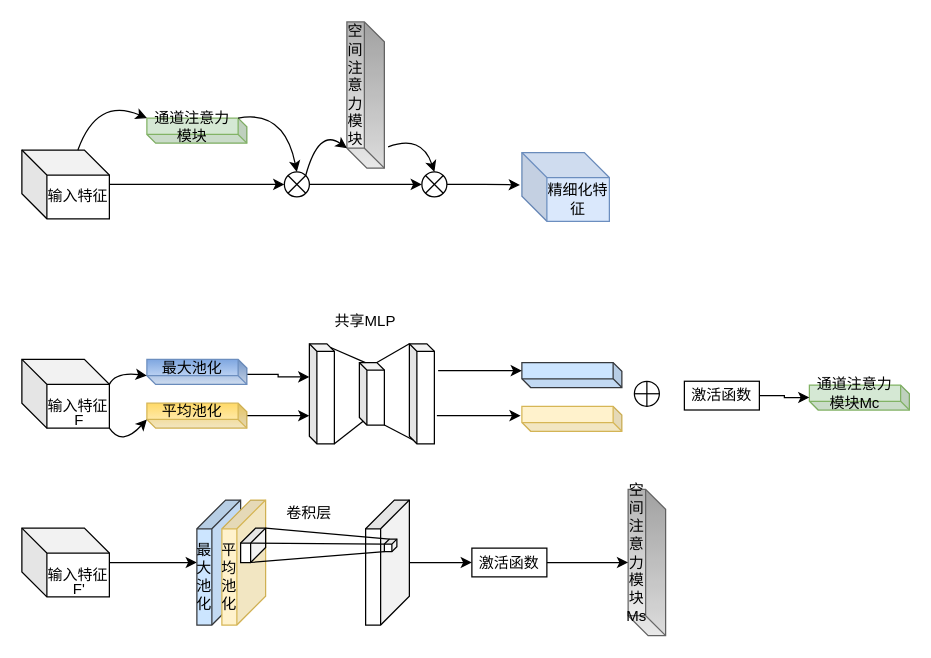
Earlier version of the draw.io diagram page "第 4 页" (4 of 4) of img/ResNet50结构图.drawio (xjhjinhui/Hydraplus_Net). Source tidied: cells renumbered, new cells numbered last; positions are measured from the earlier drawing's top-left corner, leaving out a move shared by most shapes. Both pictures are drawn from the tidied source at 125%, with x=0, y=0 at pixel (21, 21).
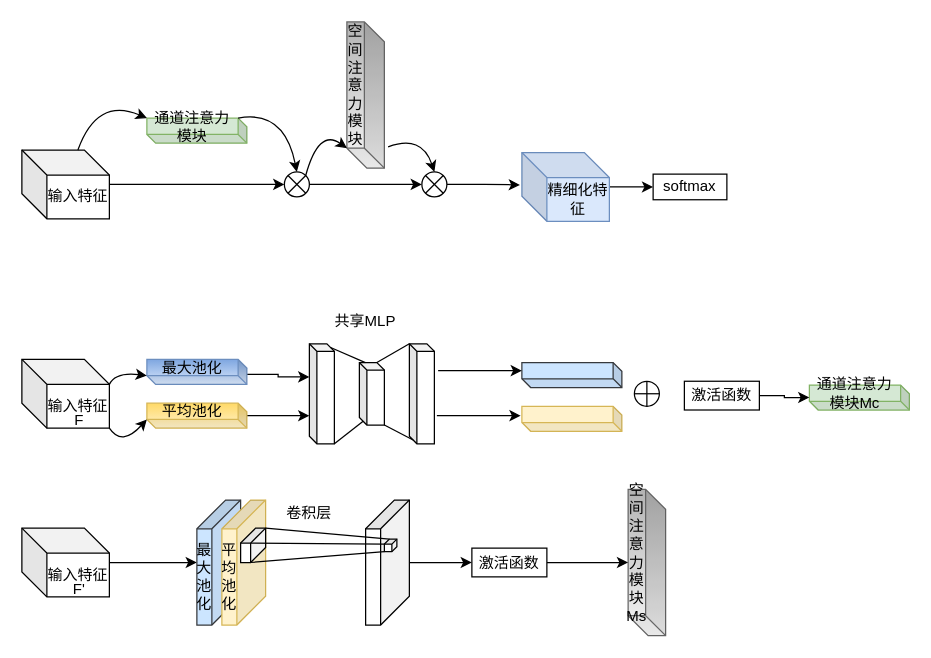
The same page after the edit.

Unchanged cells that the change refers to:
```xml
<mxCell id="10" value="精细化特征" style="shape=cube;whiteSpace=wrap;html=1;boundedLbl=1;backgroundOutline=1;darkOpacity=0.05;darkOpacity2=0.1;fillColor=#dae8fc;strokeColor=#6c8ebf;" parent="1" vertex="1">
  <mxGeometry x="400" y="104.5" width="70" height="55" as="geometry" />
</mxCell>
```

What changed in the source:
```diff
@@
+    <mxCell id="55" style="edgeStyle=orthogonalEdgeStyle;rounded=0;jettySize=auto;html=1;" parent="1" edge="1" source="10" target="56">
+      <mxGeometry relative="1" as="geometry" />
+    </mxCell>
@@
+    <mxCell id="56" value="softmax" style="rounded=0;whiteSpace=wrap;html=1;" parent="1" vertex="1">
+      <mxGeometry x="505" y="121.8" width="59" height="20.5" as="geometry" />
+    </mxCell>
```
